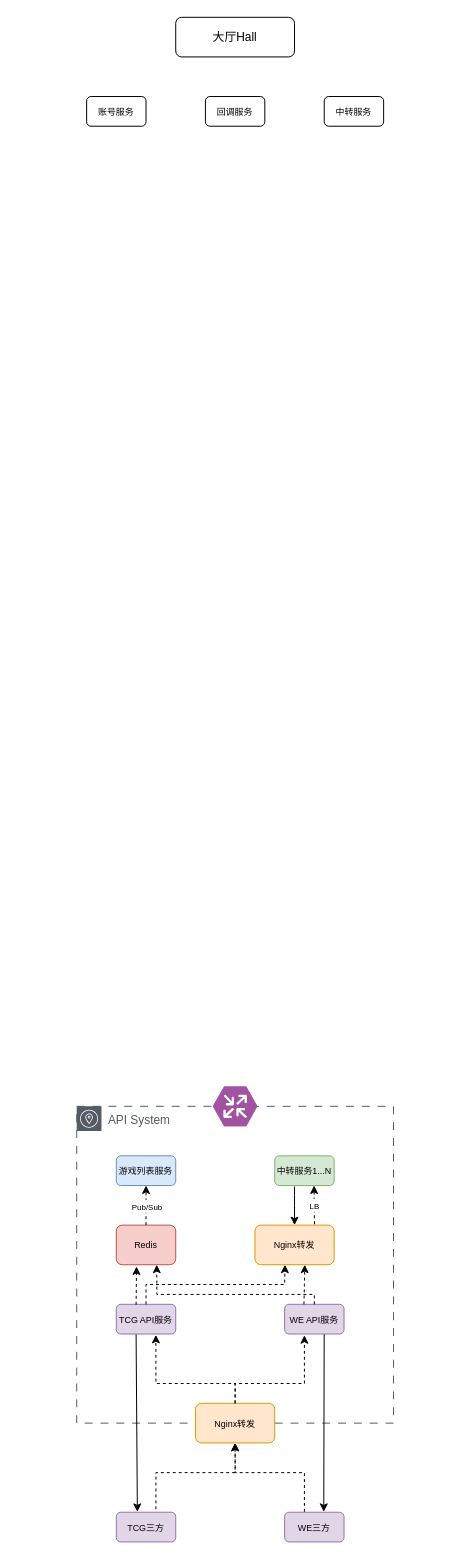
The draw.io diagram 初步架构.drawio in scodfield/ppt, before the edit. Source tidied: cells renumbered, new cells numbered last; positions are measured from the earlier drawing's top-left corner, leaving out a move shared by most shapes. Both pictures are drawn from the tidied source at 99%, with x=0, y=0 at pixel (76, 17).
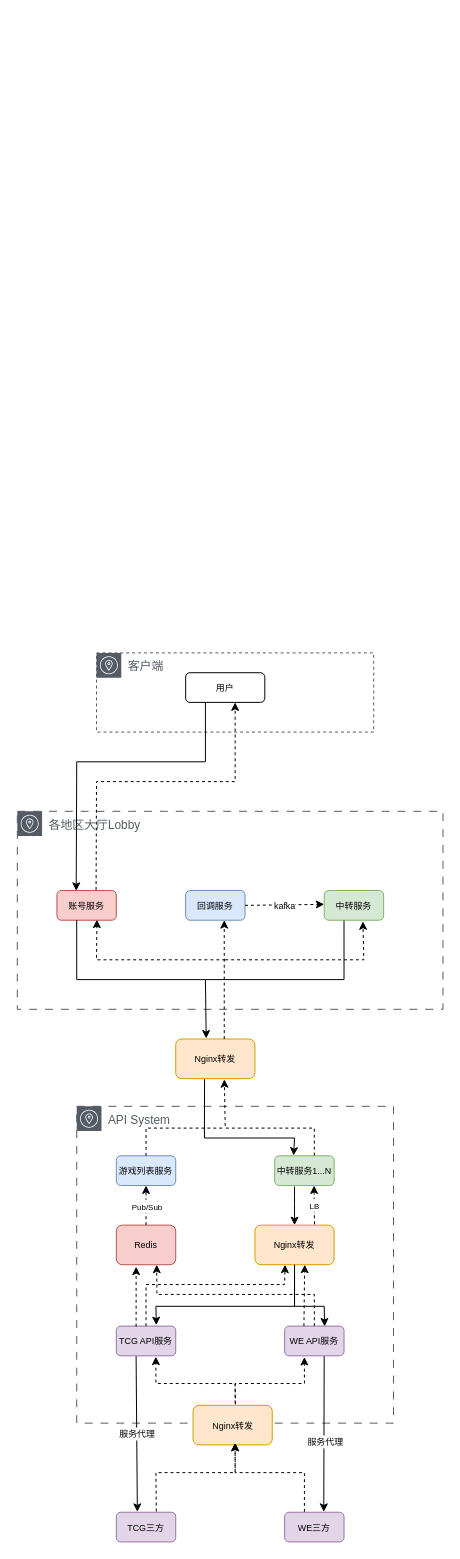
The same diagram, later.

Unchanged cells that the change refers to:
```xml
<mxCell id="4" value="&lt;font style=&quot;font-size: 9px;&quot;&gt;游戏列表服务&lt;/font&gt;" style="rounded=1;whiteSpace=wrap;html=1;fillColor=#dae8fc;strokeColor=#6c8ebf;" parent="1" vertex="1">
  <mxGeometry x="40" y="1150" width="60" height="30" as="geometry" />
</mxCell>
<mxCell id="5" value="&lt;font style=&quot;font-size: 9px;&quot;&gt;中转服务1...N&lt;/font&gt;" style="rounded=1;whiteSpace=wrap;html=1;fillColor=#d5e8d4;strokeColor=#82b366;" parent="1" vertex="1">
  <mxGeometry x="200" y="1150" width="60" height="30" as="geometry" />
</mxCell>
<mxCell id="6" value="&lt;font style=&quot;font-size: 9px;&quot;&gt;Nginx转发&lt;/font&gt;" style="rounded=1;whiteSpace=wrap;html=1;fillColor=#ffe6cc;strokeColor=#d79b00;" parent="1" vertex="1">
  <mxGeometry x="180" y="1220" width="80" height="40" as="geometry" />
</mxCell>
<mxCell id="10" value="&lt;font style=&quot;font-size: 9px;&quot;&gt;TCG三方&lt;/font&gt;" style="rounded=1;whiteSpace=wrap;html=1;fillColor=#e1d5e7;strokeColor=#9673a6;" parent="1" vertex="1">
  <mxGeometry x="40" y="1510" width="60" height="30" as="geometry" />
</mxCell>
<mxCell id="14" style="endArrow=classic;html=1;rounded=0;exitX=0.333;exitY=1.014;exitDx=0;exitDy=0;exitPerimeter=0;entryX=0.354;entryY=-0.014;entryDx=0;entryDy=0;entryPerimeter=0;" parent="1" edge="1" source="7" target="10">
  <mxGeometry relative="1" as="geometry" />
</mxCell>
<mxCell id="15" style="endArrow=classic;html=1;rounded=0;exitX=0.666;exitY=1.014;exitDx=0;exitDy=0;exitPerimeter=0;entryX=0.659;entryY=-0.014;entryDx=0;entryDy=0;entryPerimeter=0;" parent="1" edge="1" source="8" target="11">
  <mxGeometry relative="1" as="geometry" />
</mxCell>
<mxCell id="23" value="&lt;font style=&quot;font-size: 9px;&quot;&gt;Redis&lt;/font&gt;" style="rounded=1;whiteSpace=wrap;html=1;fillColor=#f8cecc;strokeColor=#b85450;" parent="1" vertex="1">
  <mxGeometry x="40" y="1220" width="60" height="40" as="geometry" />
</mxCell>
```

The edit, as a diff of the source:
```diff
@@
+    <mxCell id="32" value="各地区大厅Lobby" style="sketch=0;gradientColor=none;html=1;whiteSpace=wrap;fontSize=12;fontStyle=0;shape=mxgraph.aws4.group;grIcon=mxgraph.aws4.group_availability_zone;strokeColor=#545B64;fillColor=none;verticalAlign=top;align=left;spacingLeft=30;fontColor=#545B64;dashed=1;dashPattern=8 8;" parent="1" vertex="1">
+      <mxGeometry x="-60" y="802" width="430" height="200" as="geometry" />
+    </mxCell>
@@
-    <mxCell id="3" style="verticalLabelPosition=bottom;sketch=0;html=1;fillColor=#A153A0;strokeColor=#ffffff;verticalAlign=top;align=center;shape=mxgraph.cisco_safe.compositeIcon;bgIcon=mxgraph.cisco_safe.design.blank_device;resIcon=mxgraph.cisco_safe.design.router;" parent="1" vertex="1">
-      <mxGeometry x="137.5" y="1080" width="45" height="40" as="geometry" />
-    </mxCell>
@@
     <mxCell id="7" value="&lt;font style=&quot;font-size: 9px;&quot;&gt;TCG API服务&lt;/font&gt;" style="rounded=1;whiteSpace=wrap;html=1;fillColor=#e1d5e7;strokeColor=#9673a6;" parent="1" vertex="1">
-      <mxGeometry x="40" y="1300" width="60" height="30" as="geometry" />
+      <mxGeometry x="40" y="1322" width="60" height="30" as="geometry" />
     </mxCell>
     <mxCell id="8" value="&lt;font style=&quot;font-size: 9px;&quot;&gt;WE API服务&lt;/font&gt;" style="rounded=1;whiteSpace=wrap;html=1;fillColor=#e1d5e7;strokeColor=#9673a6;" parent="1" vertex="1">
-      <mxGeometry x="210" y="1300" width="60" height="30" as="geometry" />
+      <mxGeometry x="210" y="1322" width="60" height="30" as="geometry" />
     </mxCell>
     <mxCell id="9" value="&lt;font style=&quot;font-size: 9px;&quot;&gt;Nginx转发&lt;/font&gt;" style="rounded=1;whiteSpace=wrap;html=1;fillColor=#ffe6cc;strokeColor=#d79b00;" parent="1" vertex="1">
-      <mxGeometry x="120" y="1400" width="80" height="40" as="geometry" />
+      <mxGeometry x="117.5" y="1402" width="80" height="40" as="geometry" />
     </mxCell>
@@
-    <mxCell id="13" style="endArrow=classic;html=1;rounded=0;exitX=0.5;exitY=0;exitDx=0;exitDy=0;entryX=0.666;entryY=1.029;entryDx=0;entryDy=0;entryPerimeter=0;dashed=1;" parent="1" edge="1" source="9" target="7">
+    <mxCell id="13" style="endArrow=classic;html=1;rounded=0;exitX=0.536;exitY=-0.025;exitDx=0;exitDy=0;entryX=0.666;entryY=1.029;entryDx=0;entryDy=0;entryPerimeter=0;dashed=1;exitPerimeter=0;" parent="1" edge="1" source="9" target="7">
       <mxGeometry relative="1" as="geometry">
         <Array as="points">
           <mxPoint x="160" y="1380" />
           <mxPoint x="80" y="1380" />
         </Array>
       </mxGeometry>
     </mxCell>
@@
+    <mxCell id="33" value="&lt;font style=&quot;font-size: 9px;&quot;&gt;服务代理&lt;/font&gt;" style="edgeLabel;html=1;align=center;verticalAlign=middle;" parent="14" vertex="1">
+      <mxGeometry x="-0.01" relative="1" as="geometry" />
+    </mxCell>
@@
+    <mxCell id="34" value="&lt;font style=&quot;font-size: 9px;&quot;&gt;服务代理&lt;/font&gt;" style="edgeLabel;html=1;align=center;verticalAlign=middle;" parent="15" vertex="1">
+      <mxGeometry x="0.1" y="1" relative="1" as="geometry" />
+    </mxCell>
-    <mxCell id="16" style="endArrow=classic;html=1;rounded=0;entryX=0.34;entryY=1.043;entryDx=0;entryDy=0;dashed=1;exitX=0.333;exitY=0.014;exitDx=0;exitDy=0;entryPerimeter=0;exitPerimeter=0;" parent="1" edge="1" source="7" target="23">
-      <mxGeometry relative="1" as="geometry" />
+    <mxCell id="16" style="endArrow=classic;html=1;rounded=0;dashed=1;exitX=0.333;exitY=0.014;exitDx=0;exitDy=0;exitPerimeter=0;" parent="1" edge="1" source="7">
+      <mxGeometry relative="1" as="geometry">
+        <mxPoint x="60" y="1262" as="targetPoint" />
+      </mxGeometry>
     </mxCell>
@@
-    <mxCell id="20" style="endArrow=classic;html=1;rounded=0;dashed=1;" parent="1" edge="1">
+    <mxCell id="20" style="endArrow=classic;html=1;rounded=0;dashed=1;exitX=0.673;exitY=-0.025;exitDx=0;exitDy=0;exitPerimeter=0;" parent="1" edge="1" source="10">
       <mxGeometry relative="1" as="geometry">
-        <mxPoint x="80" y="1507" as="sourcePoint" />
         <mxPoint x="160" y="1440" as="targetPoint" />
         <Array as="points">
           <mxPoint x="80" y="1470" />
           <mxPoint x="160" y="1470" />
         </Array>
       </mxGeometry>
     </mxCell>
@@
-    <mxCell id="28" value="大厅Hall" style="rounded=1;whiteSpace=wrap;html=1;" parent="1" vertex="1">
-      <mxGeometry x="100" width="120" height="40" as="geometry" />
-    </mxCell>
-    <mxCell id="29" value="&lt;font style=&quot;font-size: 9px;&quot;&gt;账号服务&lt;/font&gt;" style="rounded=1;whiteSpace=wrap;html=1;" parent="1" vertex="1">
-      <mxGeometry x="10" y="80" width="60" height="30" as="geometry" />
+    <mxCell id="29" value="&lt;font style=&quot;font-size: 9px;&quot;&gt;账号服务&lt;/font&gt;" style="rounded=1;whiteSpace=wrap;html=1;fillColor=#f8cecc;strokeColor=#b85450;" parent="1" vertex="1">
+      <mxGeometry x="-20" y="882" width="60" height="30" as="geometry" />
     </mxCell>
-    <mxCell id="30" value="&lt;font style=&quot;font-size: 9px;&quot;&gt;回调服务&lt;/font&gt;" style="rounded=1;whiteSpace=wrap;html=1;" parent="1" vertex="1">
-      <mxGeometry x="130" y="80" width="60" height="30" as="geometry" />
+    <mxCell id="30" value="&lt;font style=&quot;font-size: 9px;&quot;&gt;回调服务&lt;/font&gt;" style="rounded=1;whiteSpace=wrap;html=1;fillColor=#dae8fc;strokeColor=#6c8ebf;" parent="1" vertex="1">
+      <mxGeometry x="110" y="882" width="60" height="30" as="geometry" />
     </mxCell>
-    <mxCell id="31" value="&lt;font style=&quot;font-size: 9px;&quot;&gt;中转服务&lt;/font&gt;" style="rounded=1;whiteSpace=wrap;html=1;" parent="1" vertex="1">
-      <mxGeometry x="250" y="80" width="60" height="30" as="geometry" />
+    <mxCell id="31" value="&lt;font style=&quot;font-size: 9px;&quot;&gt;中转服务&lt;/font&gt;" style="rounded=1;whiteSpace=wrap;html=1;fillColor=#d5e8d4;strokeColor=#82b366;" parent="1" vertex="1">
+      <mxGeometry x="250" y="882" width="60" height="30" as="geometry" />
     </mxCell>
+    <mxCell id="35" value="&lt;font style=&quot;font-size: 9px;&quot;&gt;Nginx转发&lt;/font&gt;" style="rounded=1;whiteSpace=wrap;html=1;fillColor=#ffe6cc;strokeColor=#d79b00;" parent="1" vertex="1">
+      <mxGeometry x="100" y="1032" width="80" height="40" as="geometry" />
+    </mxCell>
+    <mxCell id="36" style="endArrow=classic;html=1;rounded=0;exitX=0.333;exitY=0.996;exitDx=0;exitDy=0;exitPerimeter=0;entryX=0.385;entryY=-0.014;entryDx=0;entryDy=0;entryPerimeter=0;" parent="1" edge="1" source="29" target="35">
+      <mxGeometry relative="1" as="geometry">
+        <Array as="points">
+          <mxPoint y="972" />
+          <mxPoint x="130" y="972" />
+        </Array>
+      </mxGeometry>
+    </mxCell>
+    <mxCell id="37" style="endArrow=classic;html=1;rounded=0;dashed=1;" parent="1" edge="1">
+      <mxGeometry relative="1" as="geometry">
+        <mxPoint x="149" y="1032" as="sourcePoint" />
+        <mxPoint x="149" y="912" as="targetPoint" />
+      </mxGeometry>
+    </mxCell>
+    <mxCell id="38" style="endArrow=classic;html=1;rounded=0;entryX=0.673;entryY=-0.033;entryDx=0;entryDy=0;entryPerimeter=0;exitX=0.5;exitY=1;exitDx=0;exitDy=0;" parent="1" edge="1" source="6" target="7">
+      <mxGeometry relative="1" as="geometry">
+        <Array as="points">
+          <mxPoint x="220" y="1302" />
+          <mxPoint x="80" y="1302" />
+        </Array>
+      </mxGeometry>
+    </mxCell>
+    <mxCell id="39" style="endArrow=classic;html=1;rounded=0;entryX=0.673;entryY=0.01;entryDx=0;entryDy=0;entryPerimeter=0;" parent="1" edge="1" target="8">
+      <mxGeometry relative="1" as="geometry">
+        <mxPoint x="220" y="1262" as="sourcePoint" />
+        <Array as="points">
+          <mxPoint x="220" y="1302" />
+          <mxPoint x="250" y="1302" />
+        </Array>
+      </mxGeometry>
+    </mxCell>
+    <mxCell id="40" style="endArrow=classic;html=1;rounded=0;exitX=0.364;exitY=1.018;exitDx=0;exitDy=0;exitPerimeter=0;entryX=0.318;entryY=-0.01;entryDx=0;entryDy=0;entryPerimeter=0;" parent="1" edge="1" source="35" target="5">
+      <mxGeometry relative="1" as="geometry">
+        <Array as="points">
+          <mxPoint x="129" y="1132" />
+          <mxPoint x="220" y="1132" />
+        </Array>
+      </mxGeometry>
+    </mxCell>
+    <mxCell id="41" style="endArrow=classic;html=1;rounded=0;entryX=0.614;entryY=1.018;entryDx=0;entryDy=0;entryPerimeter=0;exitX=0.666;exitY=-0.01;exitDx=0;exitDy=0;exitPerimeter=0;dashed=1;" parent="1" edge="1" source="5" target="35">
+      <mxGeometry relative="1" as="geometry">
+        <Array as="points">
+          <mxPoint x="240" y="1122" />
+          <mxPoint x="150" y="1122" />
+        </Array>
+      </mxGeometry>
+    </mxCell>
+    <mxCell id="42" style="endArrow=none;html=1;rounded=0;exitX=0.5;exitY=0;exitDx=0;exitDy=0;dashed=1;" parent="1" edge="1" source="4">
+      <mxGeometry relative="1" as="geometry">
+        <mxPoint x="150" y="1122" as="targetPoint" />
+        <Array as="points">
+          <mxPoint x="70" y="1122" />
+        </Array>
+      </mxGeometry>
+    </mxCell>
+    <mxCell id="43" style="endArrow=classic;html=1;rounded=0;entryX=0.673;entryY=0.981;entryDx=0;entryDy=0;dashed=1;entryPerimeter=0;" parent="1" edge="1" target="29">
+      <mxGeometry relative="1" as="geometry">
+        <mxPoint x="150" y="952" as="sourcePoint" />
+        <Array as="points">
+          <mxPoint x="20" y="952" />
+        </Array>
+      </mxGeometry>
+    </mxCell>
+    <mxCell id="44" style="endArrow=classic;html=1;rounded=0;entryX=0.651;entryY=1.039;entryDx=0;entryDy=0;entryPerimeter=0;dashed=1;" parent="1" edge="1" target="31">
+      <mxGeometry relative="1" as="geometry">
+        <mxPoint x="150" y="952" as="sourcePoint" />
+        <Array as="points">
+          <mxPoint x="290" y="952" />
+        </Array>
+      </mxGeometry>
+    </mxCell>
+    <mxCell id="45" style="endArrow=classic;html=1;rounded=0;exitX=1;exitY=0.5;exitDx=0;exitDy=0;dashed=1;" parent="1" edge="1" source="30">
+      <mxGeometry relative="1" as="geometry">
+        <mxPoint x="250" y="896" as="targetPoint" />
+      </mxGeometry>
+    </mxCell>
+    <mxCell id="46" value="&lt;font style=&quot;font-size: 9px;&quot;&gt;kafka&lt;/font&gt;" style="edgeLabel;html=1;align=center;verticalAlign=middle;" parent="45" vertex="1">
+      <mxGeometry relative="1" as="geometry" />
+    </mxCell>
+    <mxCell id="47" style="endArrow=none;html=1;rounded=0;entryX=0.333;entryY=1.01;entryDx=0;entryDy=0;entryPerimeter=0;" parent="1" edge="1" target="31">
+      <mxGeometry relative="1" as="geometry">
+        <mxPoint x="130" y="972" as="sourcePoint" />
+        <Array as="points">
+          <mxPoint x="270" y="972" />
+        </Array>
+      </mxGeometry>
+    </mxCell>
+    <mxCell id="48" value="客户端" style="sketch=0;outlineConnect=0;gradientColor=none;html=1;whiteSpace=wrap;fontSize=12;fontStyle=0;shape=mxgraph.aws4.group;grIcon=mxgraph.aws4.group_availability_zone;strokeColor=#545B64;fillColor=none;verticalAlign=top;align=left;spacingLeft=30;fontColor=#545B64;dashed=1;" parent="1" vertex="1">
+      <mxGeometry x="20" y="642" width="280" height="80" as="geometry" />
+    </mxCell>
+    <mxCell id="49" value="&lt;font style=&quot;font-size: 9px;&quot;&gt;用户&lt;/font&gt;" style="rounded=1;whiteSpace=wrap;html=1;" parent="1" vertex="1">
+      <mxGeometry x="110" y="662" width="80" height="30" as="geometry" />
+    </mxCell>
+    <mxCell id="50" style="endArrow=classic;html=1;rounded=0;exitX=0.25;exitY=1;exitDx=0;exitDy=0;entryX=0.325;entryY=0.01;entryDx=0;entryDy=0;entryPerimeter=0;" parent="1" edge="1" source="49" target="29">
+      <mxGeometry relative="1" as="geometry">
+        <Array as="points">
+          <mxPoint x="130" y="752" />
+          <mxPoint y="752" />
+        </Array>
+      </mxGeometry>
+    </mxCell>
+    <mxCell id="51" style="endArrow=classic;html=1;rounded=0;exitX=0.659;exitY=-0.019;exitDx=0;exitDy=0;exitPerimeter=0;entryX=0.5;entryY=0.625;entryDx=0;entryDy=0;entryPerimeter=0;dashed=1;" parent="1" edge="1" source="29" target="48">
+      <mxGeometry relative="1" as="geometry">
+        <Array as="points">
+          <mxPoint x="20" y="772" />
+          <mxPoint x="160" y="772" />
+        </Array>
+      </mxGeometry>
+    </mxCell>
```
